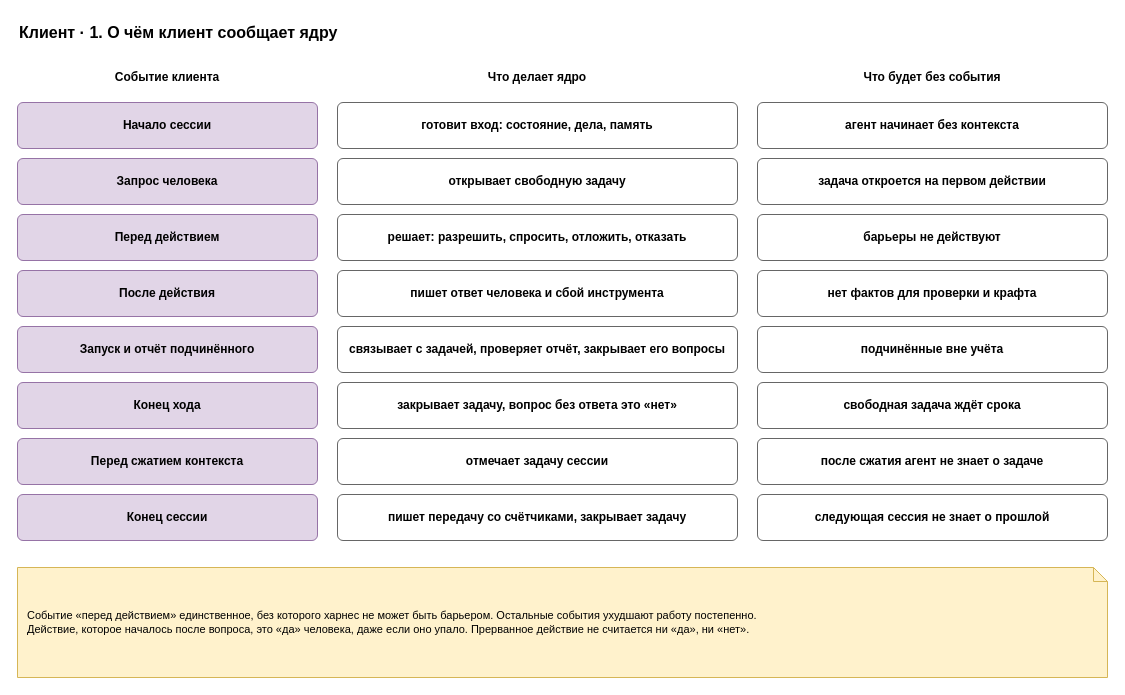
This is page "1. События" (1 of 5) of docs/spec/harness-client.drawio from roygkov/reins, a draw.io file, before an edit. Source tidied: cells renumbered, new cells numbered last; positions are measured from the earlier drawing's top-left corner, leaving out a move shared by most shapes. Both pictures are drawn from the tidied source at 100%, with x=0, y=0 at pixel (17, 17).
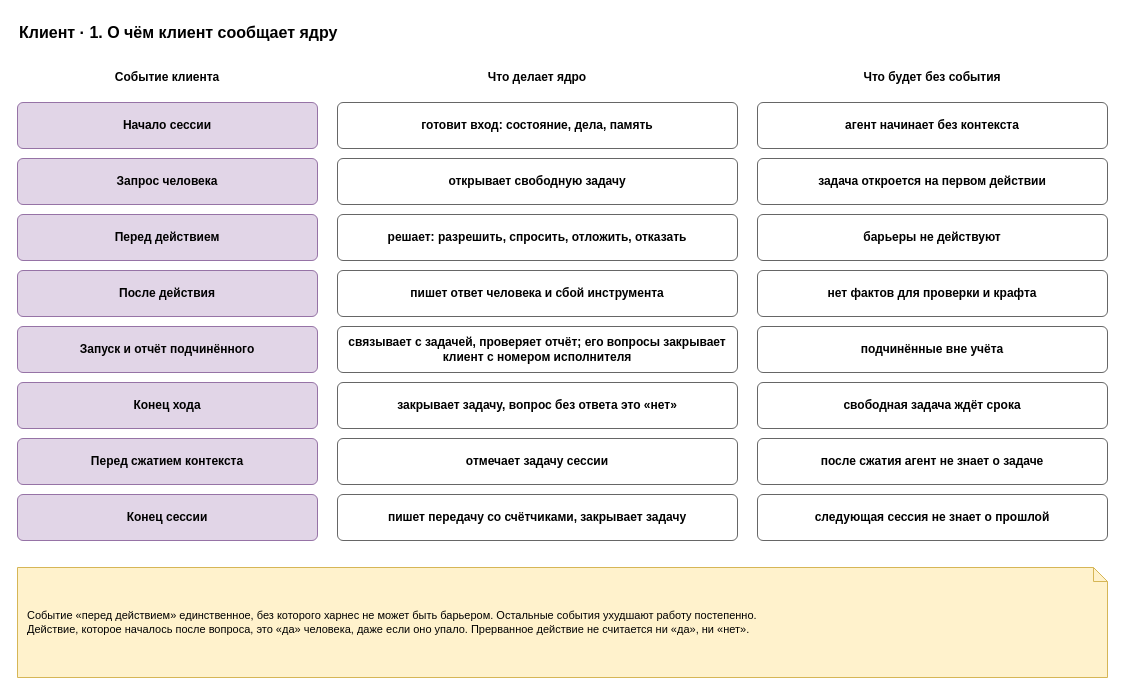
After the change.

What changed in the source:
```diff
@@
-    <mxCell id="19" value="&lt;b&gt;связывает с задачей, проверяет отчёт, закрывает его вопросы&lt;/b&gt;" style="rounded=1;whiteSpace=wrap;html=1;fillColor=#ffffff;strokeColor=#666666;arcSize=12;fontStyle=0;" parent="1" vertex="1">
+    <mxCell id="19" value="&lt;b&gt;связывает с задачей, проверяет отчёт; его вопросы закрывает клиент с номером исполнителя&lt;/b&gt;" style="rounded=1;whiteSpace=wrap;html=1;fillColor=#ffffff;strokeColor=#666666;arcSize=12;fontStyle=0;" parent="1" vertex="1">
       <mxGeometry x="320" y="309" width="400" height="46" as="geometry" />
     </mxCell>
```
